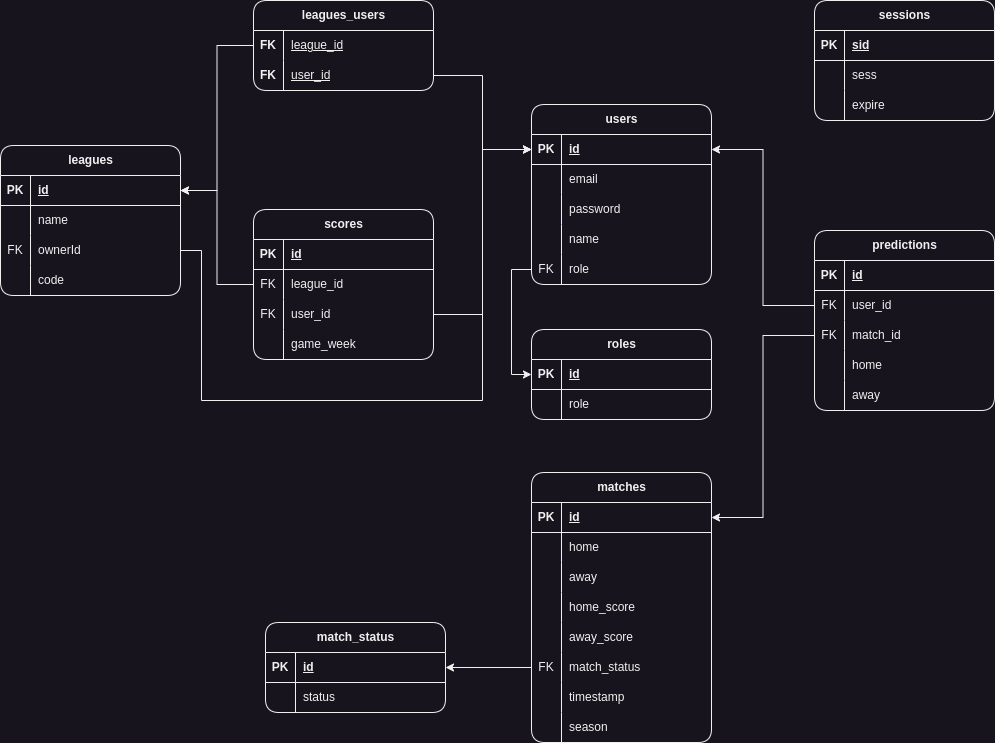
This is images/FotLeague.drawio.png from MahmoudHamdy02/FotLeague, a draw.io export, as it was before one commit. Source tidied: cells renumbered, new cells last; positions are measured from the earlier drawing's top-left corner, leaving out a move shared by most shapes.
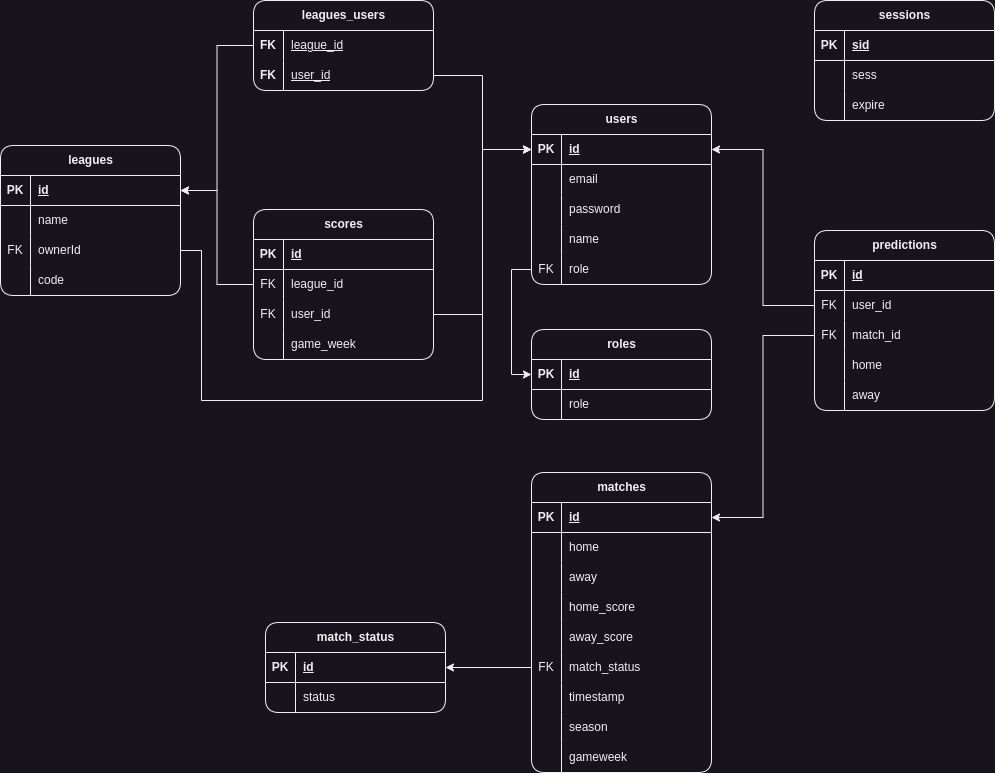
After the commit.

Diff of the diagram source:
```diff
@@ -99,7 +99,7 @@
       <mxGeometry x="30" width="150" height="30" as="geometry" />
     </mxCell>
     <mxCell id="34" value="matches" style="shape=table;startSize=30;rowLines=0;fontStyle=1;align=center;html=1;rounded=1;shadow=0;swimlaneFillColor=none;gradientColor=none;" parent="1" vertex="1">
-      <mxGeometry x="531" y="472" width="180" height="270" as="geometry" />
+      <mxGeometry x="531" y="472" width="180" height="300" as="geometry" />
     </mxCell>
     <mxCell id="35" style="shape=tableRow;horizontal=0;startSize=0;swimlaneHead=0;swimlaneBody=0;fillColor=none;points=[[0,0.5],[1,0.5]];portConstraint=eastwest;top=0;left=0;right=0;bottom=1;" parent="34" vertex="1">
       <mxGeometry y="30" width="180" height="30" as="geometry" />
@@ -173,6 +173,15 @@
     <mxCell id="58" value="season" style="shape=partialRectangle;fillColor=none;top=0;left=0;bottom=0;right=0;align=left;spacingLeft=6;overflow=hidden;whiteSpace=wrap;html=1;" parent="56" vertex="1">
       <mxGeometry x="30" width="150" height="30" as="geometry" />
     </mxCell>
+    <mxCell id="125" style="shape=tableRow;horizontal=0;startSize=0;swimlaneHead=0;swimlaneBody=0;fillColor=none;top=0;left=0;right=0;bottom=0;" parent="34" vertex="1">
+      <mxGeometry y="270" width="180" height="30" as="geometry" />
+    </mxCell>
+    <mxCell id="126" style="shape=partialRectangle;fillColor=none;top=0;left=0;bottom=0;right=0;overflow=hidden;whiteSpace=wrap;html=1;" parent="125" vertex="1">
+      <mxGeometry width="30" height="30" as="geometry" />
+    </mxCell>
+    <mxCell id="127" value="gameweek" style="shape=partialRectangle;fillColor=none;top=0;left=0;bottom=0;right=0;align=left;spacingLeft=6;overflow=hidden;whiteSpace=wrap;html=1;" parent="125" vertex="1">
+      <mxGeometry x="30" width="150" height="30" as="geometry" />
+    </mxCell>
     <mxCell id="59" style="edgeStyle=orthogonalEdgeStyle;rounded=0;jettySize=auto;html=1;exitX=0;exitY=0.5;exitDx=0;exitDy=0;entryX=1;entryY=0.5;entryDx=0;entryDy=0;" parent="1" edge="1" source="22" target="3">
       <mxGeometry relative="1" as="geometry" />
     </mxCell>
```
